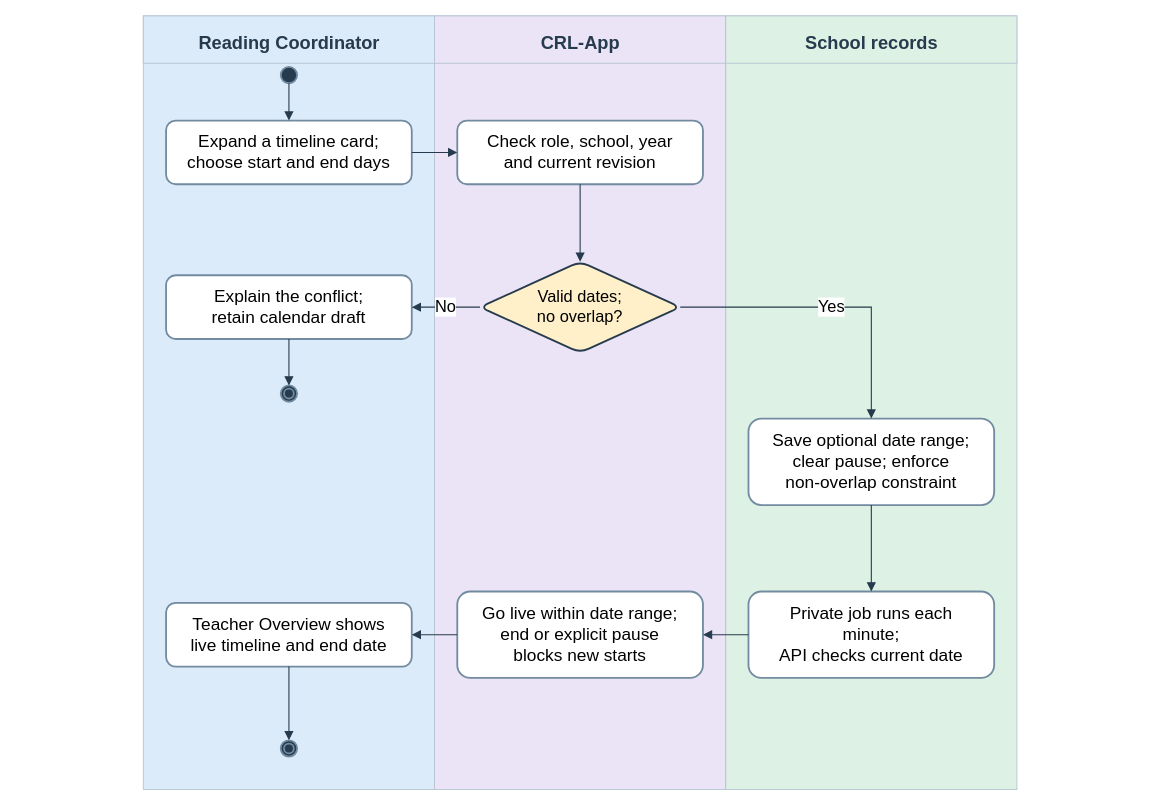
Above: docs/diagrams/class-workspaces/figure-15e-timeline-scheduling.drawio in AkuSayangKamuJudaSayang/crl-app (draw.io), before the change. Source tidied: cells renumbered, new cells numbered last; positions are measured from the earlier drawing's top-left corner, leaving out a move shared by most shapes. Both pictures are drawn from the tidied source at 91%, with x=0, y=0 at pixel (15, 15).
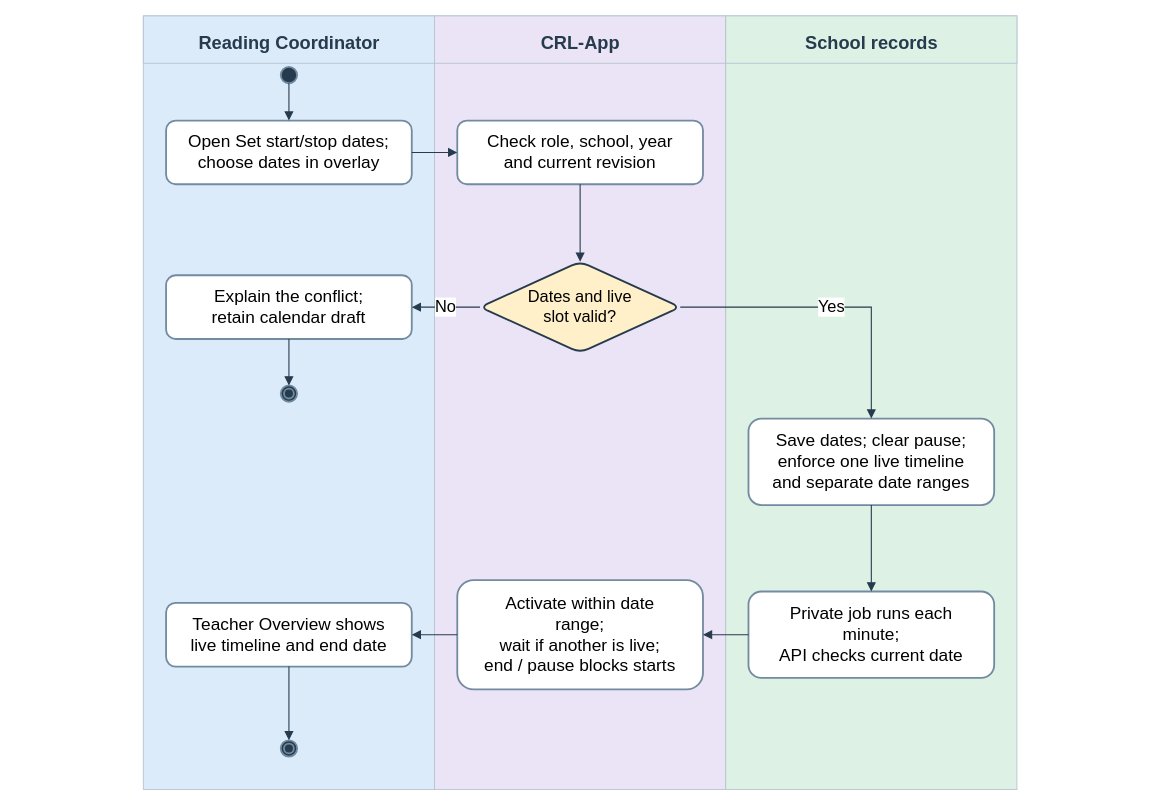
Above is the later version.

What changed in the source:
```diff
@@
-    <mxCell id="12" value="Expand a timeline card;&lt;br&gt;choose start and end days" style="rounded=1;whiteSpace=wrap;html=1;fontFamily=Arial;fillColor=#ffffff;strokeColor=#728ba0;strokeWidth=2;fontSize=19;" parent="1" vertex="1">
+    <mxCell id="12" value="Open Set start/stop dates;&lt;br&gt;choose dates in overlay" style="rounded=1;whiteSpace=wrap;html=1;fontFamily=Arial;fillColor=#ffffff;strokeColor=#728ba0;strokeWidth=2;fontSize=19;" parent="1" vertex="1">
       <mxGeometry x="165" y="115" width="270" height="70" as="geometry" />
     </mxCell>
@@
-    <mxCell id="14" value="Valid dates;&lt;br&gt;no overlap?" style="rounded=1;whiteSpace=wrap;html=1;fontFamily=Arial;fillColor=#ffffff;strokeColor=#728ba0;strokeWidth=2;fontSize=19;shape=rhombus;strokeColor=#263b4d;fillColor=#fff0c9;fontSize=18;" parent="1" vertex="1">
+    <mxCell id="14" value="Dates and live&lt;br&gt;slot valid?" style="rounded=1;whiteSpace=wrap;html=1;fontFamily=Arial;fillColor=#ffffff;strokeColor=#728ba0;strokeWidth=2;fontSize=19;shape=rhombus;strokeColor=#263b4d;fillColor=#fff0c9;fontSize=18;" parent="1" vertex="1">
       <mxGeometry x="510" y="270" width="220" height="100" as="geometry" />
     </mxCell>
@@
-    <mxCell id="17" value="Save optional date range;&lt;br&gt;clear pause; enforce&lt;br&gt;non-overlap constraint" style="rounded=1;whiteSpace=wrap;html=1;fontFamily=Arial;fillColor=#ffffff;strokeColor=#728ba0;strokeWidth=2;fontSize=19;" parent="1" vertex="1">
+    <mxCell id="17" value="Save dates; clear pause;&lt;br&gt;enforce one live timeline&lt;br&gt;and separate date ranges" style="rounded=1;whiteSpace=wrap;html=1;fontFamily=Arial;fillColor=#ffffff;strokeColor=#728ba0;strokeWidth=2;fontSize=19;" parent="1" vertex="1">
       <mxGeometry x="805" y="442.5" width="270" height="95" as="geometry" />
     </mxCell>
@@
-    <mxCell id="19" value="Go live within date range;&lt;br&gt;end or explicit pause&lt;br&gt;blocks new starts" style="rounded=1;whiteSpace=wrap;html=1;fontFamily=Arial;fillColor=#ffffff;strokeColor=#728ba0;strokeWidth=2;fontSize=19;" parent="1" vertex="1">
-      <mxGeometry x="485" y="632.5" width="270" height="95" as="geometry" />
+    <mxCell id="19" value="Activate within date&lt;br&gt;range;&lt;br&gt;wait if another is live;&lt;br&gt;end / pause blocks starts" style="rounded=1;whiteSpace=wrap;html=1;fontFamily=Arial;fillColor=#ffffff;strokeColor=#728ba0;strokeWidth=2;fontSize=19;" parent="1" vertex="1">
+      <mxGeometry x="485" y="620" width="270" height="120" as="geometry" />
     </mxCell>
```
